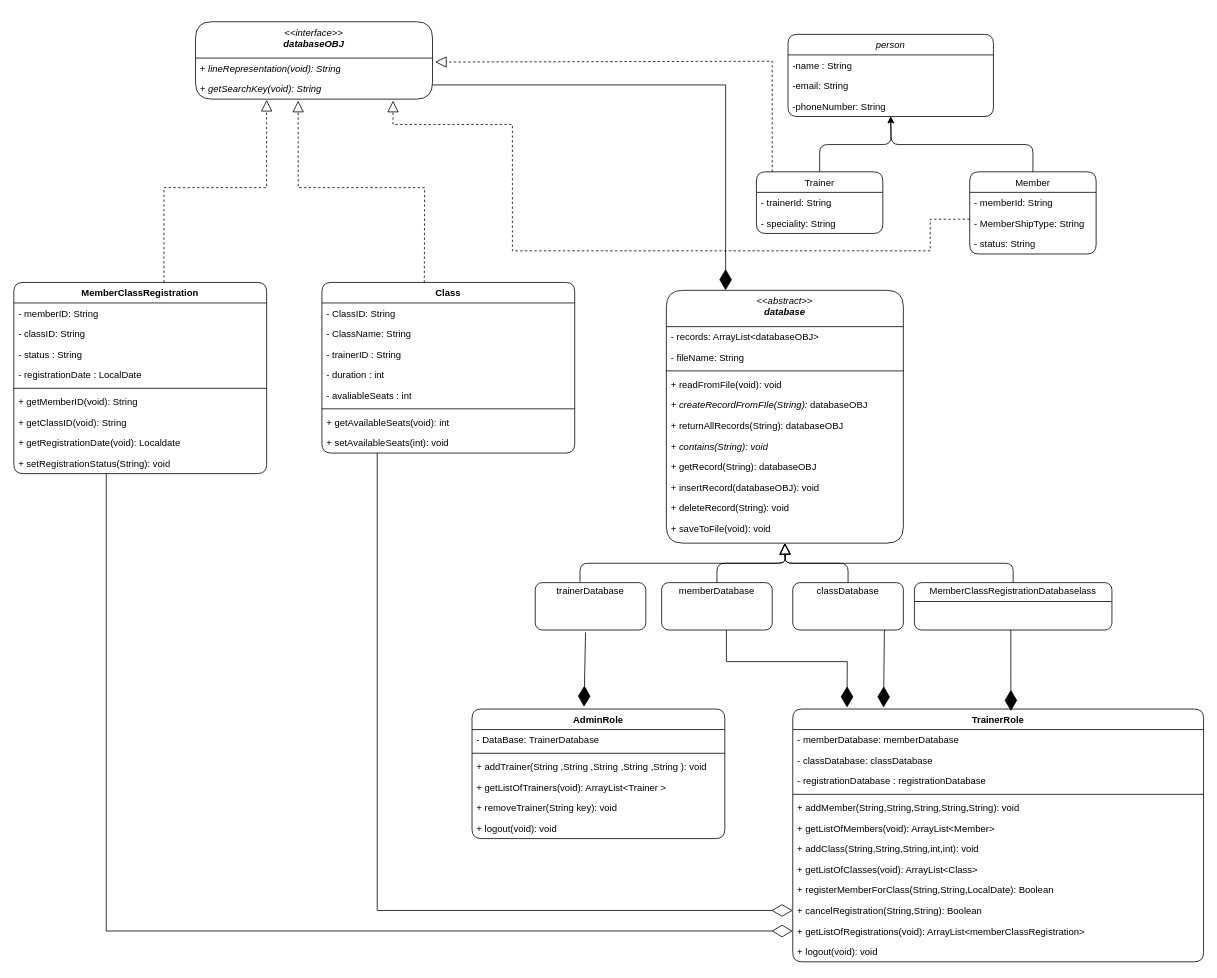
Before: i-uml.drawio in RoberRamzy/Gym-Membership-Management-System, a draw.io diagram. Source tidied: cells renumbered, new cells numbered last; positions are measured from the earlier drawing's top-left corner, leaving out a move shared by most shapes. Both pictures are drawn from the tidied source at 79%, with x=0, y=0 at pixel (13, 21).
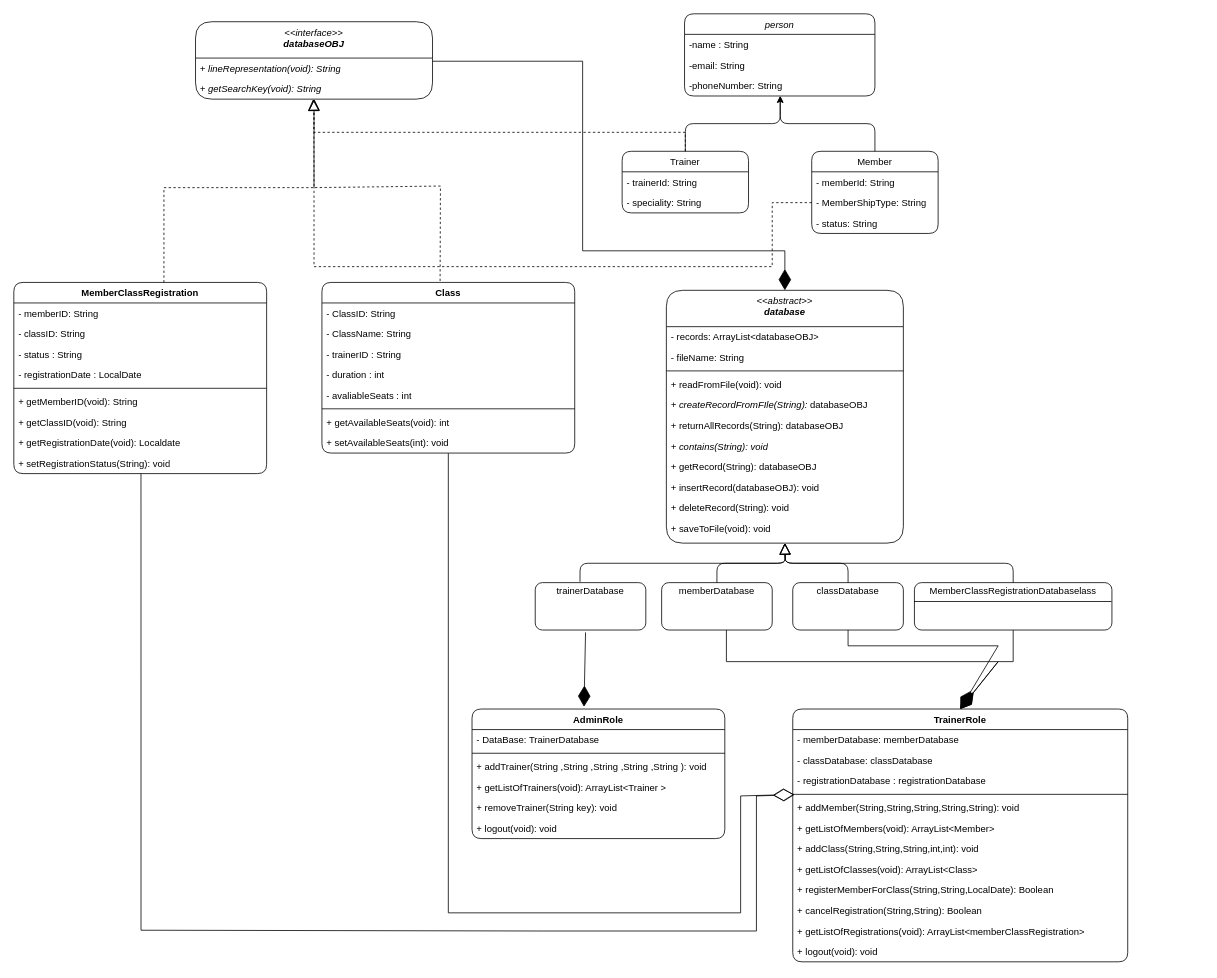
The same diagram, later.

The change refers to these unchanged cells:
```xml
<mxCell id="13" value="- Me&lt;span style=&quot;background-color: initial;&quot;&gt;mberShipType: String&lt;/span&gt;" style="text;strokeColor=none;fillColor=none;align=left;verticalAlign=top;spacingLeft=4;spacingRight=4;overflow=hidden;points=[[0,0.5],[1,0.5]];portConstraint=eastwest;whiteSpace=wrap;html=1;fontFamily=Helvetica;fontSize=12;fontColor=default;fontStyle=0;" parent="11" vertex="1">
  <mxGeometry y="52" width="160" height="26" as="geometry" />
</mxCell>
<mxCell id="15" value="&lt;div&gt;&lt;span style=&quot;font-weight: normal;&quot;&gt;&lt;i&gt;&amp;lt;&amp;lt;abstract&amp;gt;&amp;gt;&lt;/i&gt;&lt;/span&gt;&lt;/div&gt;&lt;i&gt;database&lt;/i&gt;" style="swimlane;fontStyle=1;align=center;verticalAlign=top;horizontal=1;startSize=46;whiteSpace=wrap;html=1;rounded=1;strokeColor=default;fontFamily=Helvetica;fontSize=12;fontColor=default;fillColor=none;" parent="1" vertex="1">
  <mxGeometry x="826" y="340" width="300" height="320" as="geometry" />
</mxCell>
<mxCell id="28" value="&lt;p style=&quot;margin:0px;margin-top:4px;text-align:center;&quot;&gt;classDatabase&lt;/p&gt;" style="verticalAlign=top;align=left;overflow=fill;html=1;whiteSpace=wrap;rounded=1;strokeColor=default;fontFamily=Helvetica;fontSize=12;fontColor=default;fontStyle=0;fillColor=none;" parent="1" vertex="1">
  <mxGeometry x="986" y="710" width="140" height="60" as="geometry" />
</mxCell>
<mxCell id="29" value="&lt;p style=&quot;margin:0px;margin-top:4px;text-align:center;&quot;&gt;MemberClassRegistrationDatabaselass&lt;/p&gt;&lt;hr size=&quot;1&quot; style=&quot;border-style:solid;&quot;&gt;&lt;div style=&quot;height:2px;&quot;&gt;&lt;/div&gt;" style="verticalAlign=top;align=left;overflow=fill;html=1;whiteSpace=wrap;rounded=1;strokeColor=default;fontFamily=Helvetica;fontSize=12;fontColor=default;fontStyle=0;fillColor=none;" parent="1" vertex="1">
  <mxGeometry x="1140" y="710" width="250" height="60" as="geometry" />
</mxCell>
<mxCell id="42" value="Class" style="swimlane;fontStyle=1;align=center;verticalAlign=top;horizontal=1;startSize=26;whiteSpace=wrap;html=1;rounded=1;strokeColor=default;fontFamily=Helvetica;fontSize=12;fontColor=default;fillColor=none;" parent="1" vertex="1">
  <mxGeometry x="390" y="330" width="320" height="216" as="geometry" />
</mxCell>
<mxCell id="50" value="+ setAvailableSeats(int): void" style="text;strokeColor=none;fillColor=none;align=left;verticalAlign=top;spacingLeft=4;spacingRight=4;overflow=hidden;points=[[0,0.5],[1,0.5]];portConstraint=eastwest;whiteSpace=wrap;html=1;fontFamily=Helvetica;fontSize=12;fontColor=default;fontStyle=0;" parent="42" vertex="1">
  <mxGeometry y="190" width="320" height="26" as="geometry" />
</mxCell>
<mxCell id="60" value="+&amp;nbsp;&lt;span&gt;&lt;span dir=&quot;ltr&quot; class=&quot;ui-provider jy jz ka kb kc kd ke kf kg kh ki kj kk kl km kn ko kp kq kr ks kt ku kv kw kx ky kz la lb lc ld le lf lg&quot;&gt;setRegistrationStatus(String&lt;/span&gt;&lt;/span&gt;): void" style="text;strokeColor=none;fillColor=none;align=left;verticalAlign=top;spacingLeft=4;spacingRight=4;overflow=hidden;points=[[0,0.5],[1,0.5]];portConstraint=eastwest;whiteSpace=wrap;html=1;fontFamily=Helvetica;fontSize=12;fontColor=default;fontStyle=0;" parent="51" vertex="1">
  <mxGeometry y="216" width="320" height="26" as="geometry" />
</mxCell>
<mxCell id="75" value="+ lineRepresentation(void): String" style="text;strokeColor=none;fillColor=none;align=left;verticalAlign=top;spacingLeft=4;spacingRight=4;overflow=hidden;points=[[0,0.5],[1,0.5]];portConstraint=eastwest;whiteSpace=wrap;html=1;fontFamily=Helvetica;fontSize=12;fontColor=default;fontStyle=2;" parent="74" vertex="1">
  <mxGeometry y="46" width="300" height="26" as="geometry" />
</mxCell>
<mxCell id="76" value="&lt;i&gt;+ getSearchKey(void): String&lt;/i&gt;" style="text;strokeColor=none;fillColor=none;align=left;verticalAlign=top;spacingLeft=4;spacingRight=4;overflow=hidden;points=[[0,0.5],[1,0.5]];portConstraint=eastwest;whiteSpace=wrap;html=1;" parent="74" vertex="1">
  <mxGeometry y="72" width="300" height="26" as="geometry" />
</mxCell>
```

The edit, as a diff of the source:
```diff
@@
     <mxCell id="2" value="&lt;span style=&quot;font-weight: normal;&quot;&gt;&lt;i&gt;person&lt;/i&gt;&lt;/span&gt;" style="swimlane;fontStyle=1;align=center;verticalAlign=top;horizontal=1;startSize=26;whiteSpace=wrap;html=1;rounded=1;" parent="1" vertex="1">
-      <mxGeometry x="980" y="16" width="260" height="104" as="geometry" />
+      <mxGeometry x="849" y="-10" width="241" height="104" as="geometry" />
     </mxCell>
     <mxCell id="3" value="-name : String" style="text;strokeColor=none;fillColor=none;align=left;verticalAlign=top;spacingLeft=4;spacingRight=4;overflow=hidden;whiteSpace=wrap;html=1;" parent="2" vertex="1">
-      <mxGeometry y="26" width="260" height="26" as="geometry" />
+      <mxGeometry y="26" width="241" height="26" as="geometry" />
     </mxCell>
     <mxCell id="4" value="-email: String" style="text;strokeColor=none;fillColor=none;align=left;verticalAlign=top;spacingLeft=4;spacingRight=4;overflow=hidden;whiteSpace=wrap;html=1;" parent="2" vertex="1">
-      <mxGeometry y="52" width="260" height="26" as="geometry" />
+      <mxGeometry y="52" width="241" height="26" as="geometry" />
     </mxCell>
     <mxCell id="5" value="-phoneNumber: String" style="text;strokeColor=none;fillColor=none;align=left;verticalAlign=top;spacingLeft=4;spacingRight=4;overflow=hidden;points=[[0,0.5],[1,0.5]];portConstraint=eastwest;whiteSpace=wrap;html=1;" parent="2" vertex="1">
-      <mxGeometry y="78" width="260" height="26" as="geometry" />
+      <mxGeometry y="78" width="241" height="26" as="geometry" />
     </mxCell>
-    <mxCell id="6" style="edgeStyle=orthogonalEdgeStyle;rounded=1;jettySize=auto;html=1;exitX=0.5;exitY=0;exitDx=0;exitDy=0;fontFamily=Helvetica;fontSize=12;fontColor=default;fontStyle=0;" parent="1" edge="1" source="7">
+    <mxCell id="6" style="edgeStyle=orthogonalEdgeStyle;rounded=1;jettySize=auto;html=1;exitX=0.5;exitY=0;exitDx=0;exitDy=0;fontFamily=Helvetica;fontSize=12;fontColor=default;fontStyle=0;entryX=0.503;entryY=1.004;entryDx=0;entryDy=0;entryPerimeter=0;" parent="1" edge="1" source="7" target="5">
       <mxGeometry relative="1" as="geometry">
-        <mxPoint x="1110" y="120" as="targetPoint" />
+        <Array as="points">
+          <mxPoint x="850" y="164" />
+          <mxPoint x="850" y="129" />
+          <mxPoint x="970" y="129" />
+        </Array>
       </mxGeometry>
     </mxCell>
     <mxCell id="7" value="&lt;span style=&quot;font-weight: normal;&quot;&gt;Trainer&lt;/span&gt;" style="swimlane;fontStyle=1;align=center;verticalAlign=top;horizontal=1;startSize=26;whiteSpace=wrap;html=1;rounded=1;strokeColor=default;fontFamily=Helvetica;fontSize=12;fontColor=default;fillColor=none;" parent="1" vertex="1">
-      <mxGeometry x="940" y="190" width="160" height="78" as="geometry" />
+      <mxGeometry x="770" y="164" width="160" height="78" as="geometry" />
     </mxCell>
@@
     <mxCell id="10" style="edgeStyle=orthogonalEdgeStyle;rounded=1;jettySize=auto;html=1;exitX=0.5;exitY=0;exitDx=0;exitDy=0;fontFamily=Helvetica;fontSize=12;fontColor=default;fontStyle=0;" parent="1" edge="1" source="11">
       <mxGeometry relative="1" as="geometry">
-        <mxPoint x="1110" y="120" as="targetPoint" />
+        <mxPoint x="970" y="94" as="targetPoint" />
+        <Array as="points">
+          <mxPoint x="1090" y="164" />
+          <mxPoint x="1090" y="129" />
+          <mxPoint x="970" y="129" />
+        </Array>
       </mxGeometry>
     </mxCell>
     <mxCell id="11" value="&lt;span style=&quot;font-weight: normal;&quot;&gt;Member&lt;/span&gt;" style="swimlane;fontStyle=1;align=center;verticalAlign=top;horizontal=1;startSize=26;whiteSpace=wrap;html=1;rounded=1;strokeColor=default;fontFamily=Helvetica;fontSize=12;fontColor=default;fillColor=none;" parent="1" vertex="1">
-      <mxGeometry x="1210" y="190" width="160" height="104" as="geometry" />
+      <mxGeometry x="1010" y="164" width="160" height="104" as="geometry" />
     </mxCell>
@@
     <mxCell id="61" value="TrainerRole" style="swimlane;fontStyle=1;align=center;verticalAlign=top;horizontal=1;startSize=26;whiteSpace=wrap;html=1;rounded=1;strokeColor=default;fontFamily=Helvetica;fontSize=12;fontColor=default;fillColor=none;" parent="1" vertex="1">
-      <mxGeometry x="986" y="870" width="520" height="320" as="geometry" />
+      <mxGeometry x="986" y="870" width="424" height="320" as="geometry" />
     </mxCell>
     <mxCell id="62" value="- memberDatabase: memberDatabase" style="text;strokeColor=none;fillColor=none;align=left;verticalAlign=top;spacingLeft=4;spacingRight=4;overflow=hidden;whiteSpace=wrap;html=1;fontFamily=Helvetica;fontSize=12;fontColor=default;fontStyle=0;" parent="61" vertex="1">
-      <mxGeometry y="26" width="520" height="26" as="geometry" />
+      <mxGeometry y="26" width="424" height="26" as="geometry" />
     </mxCell>
     <mxCell id="63" value="- classDatabase: classDatabase" style="text;strokeColor=none;fillColor=none;align=left;verticalAlign=top;spacingLeft=4;spacingRight=4;overflow=hidden;whiteSpace=wrap;html=1;fontFamily=Helvetica;fontSize=12;fontColor=default;fontStyle=0;" parent="61" vertex="1">
-      <mxGeometry y="52" width="520" height="26" as="geometry" />
+      <mxGeometry y="52" width="424" height="26" as="geometry" />
     </mxCell>
     <mxCell id="64" value="-&amp;nbsp;registrationDatabase&amp;nbsp;: registrationDatabase" style="text;strokeColor=none;fillColor=none;align=left;verticalAlign=top;spacingLeft=4;spacingRight=4;overflow=hidden;whiteSpace=wrap;html=1;fontFamily=Helvetica;fontSize=12;fontColor=default;fontStyle=0;" parent="61" vertex="1">
-      <mxGeometry y="78" width="520" height="26" as="geometry" />
+      <mxGeometry y="78" width="424" height="26" as="geometry" />
     </mxCell>
     <mxCell id="65" style="line;strokeWidth=1;fillColor=none;align=left;verticalAlign=middle;spacingTop=-1;spacingLeft=3;spacingRight=3;labelPosition=right;points=[];portConstraint=eastwest;strokeColor=inherit;rounded=1;fontFamily=Helvetica;fontSize=12;fontColor=default;fontStyle=0;" parent="61" vertex="1">
-      <mxGeometry y="104" width="520" height="8" as="geometry" />
+      <mxGeometry y="104" width="424" height="8" as="geometry" />
     </mxCell>
     <mxCell id="66" value="+ addMember(String,String,String,String,String): void" style="text;strokeColor=none;fillColor=none;align=left;verticalAlign=top;spacingLeft=4;spacingRight=4;overflow=hidden;whiteSpace=wrap;html=1;fontFamily=Helvetica;fontSize=12;fontColor=default;fontStyle=0;" parent="61" vertex="1">
-      <mxGeometry y="112" width="520" height="26" as="geometry" />
+      <mxGeometry y="112" width="424" height="26" as="geometry" />
     </mxCell>
     <mxCell id="67" value="+ getListOfMembers(void): ArrayList&amp;lt;Member&amp;gt;" style="text;strokeColor=none;fillColor=none;align=left;verticalAlign=top;spacingLeft=4;spacingRight=4;overflow=hidden;whiteSpace=wrap;html=1;fontFamily=Helvetica;fontSize=12;fontColor=default;fontStyle=0;" parent="61" vertex="1">
-      <mxGeometry y="138" width="520" height="26" as="geometry" />
+      <mxGeometry y="138" width="424" height="26" as="geometry" />
     </mxCell>
     <mxCell id="68" value="+ addClass(String,String,String,int,int): void" style="text;strokeColor=none;fillColor=none;align=left;verticalAlign=top;spacingLeft=4;spacingRight=4;overflow=hidden;whiteSpace=wrap;html=1;fontFamily=Helvetica;fontSize=12;fontColor=default;fontStyle=0;" parent="61" vertex="1">
-      <mxGeometry y="164" width="520" height="26" as="geometry" />
+      <mxGeometry y="164" width="424" height="26" as="geometry" />
     </mxCell>
     <mxCell id="69" value="+ getListOfClasses(void): ArrayList&amp;lt;Class&amp;gt;" style="text;strokeColor=none;fillColor=none;align=left;verticalAlign=top;spacingLeft=4;spacingRight=4;overflow=hidden;whiteSpace=wrap;html=1;fontFamily=Helvetica;fontSize=12;fontColor=default;fontStyle=0;" parent="61" vertex="1">
-      <mxGeometry y="190" width="520" height="26" as="geometry" />
+      <mxGeometry y="190" width="424" height="26" as="geometry" />
     </mxCell>
     <mxCell id="70" value="+ registerMemberForClass(String,String,LocalDate): Boolean" style="text;strokeColor=none;fillColor=none;align=left;verticalAlign=top;spacingLeft=4;spacingRight=4;overflow=hidden;whiteSpace=wrap;html=1;fontFamily=Helvetica;fontSize=12;fontColor=default;fontStyle=0;" parent="61" vertex="1">
-      <mxGeometry y="216" width="520" height="26" as="geometry" />
+      <mxGeometry y="216" width="424" height="26" as="geometry" />
     </mxCell>
     <mxCell id="71" value="+ cancelRegistration(String,String): Boolean" style="text;strokeColor=none;fillColor=none;align=left;verticalAlign=top;spacingLeft=4;spacingRight=4;overflow=hidden;points=[[0,0.5],[1,0.5]];portConstraint=eastwest;whiteSpace=wrap;html=1;fontFamily=Helvetica;fontSize=12;fontColor=default;fontStyle=0;" parent="61" vertex="1">
-      <mxGeometry y="242" width="520" height="26" as="geometry" />
+      <mxGeometry y="242" width="424" height="26" as="geometry" />
     </mxCell>
     <mxCell id="72" value="+ getListOfRegistrations(void): ArrayList&amp;lt;memberClassRegistration&amp;gt;" style="text;strokeColor=none;fillColor=none;align=left;verticalAlign=top;spacingLeft=4;spacingRight=4;overflow=hidden;points=[[0,0.5],[1,0.5]];portConstraint=eastwest;whiteSpace=wrap;html=1;fontFamily=Helvetica;fontSize=12;fontColor=default;fontStyle=0;" parent="61" vertex="1">
-      <mxGeometry y="268" width="520" height="26" as="geometry" />
+      <mxGeometry y="268" width="424" height="26" as="geometry" />
     </mxCell>
     <mxCell id="73" value="+ logout(void): void" style="text;strokeColor=none;fillColor=none;align=left;verticalAlign=top;spacingLeft=4;spacingRight=4;overflow=hidden;whiteSpace=wrap;html=1;fontFamily=Helvetica;fontSize=12;fontColor=default;fontStyle=0;" parent="61" vertex="1">
-      <mxGeometry y="294" width="520" height="26" as="geometry" />
+      <mxGeometry y="294" width="424" height="26" as="geometry" />
     </mxCell>
@@
-    <mxCell id="77" style="endArrow=block;dashed=1;endFill=0;endSize=12;html=1;rounded=0;entryX=1.011;entryY=0.194;entryDx=0;entryDy=0;entryPerimeter=0;exitX=0.125;exitY=0;exitDx=0;exitDy=0;exitPerimeter=0;" parent="1" edge="1" source="7" target="75">
+    <mxCell id="77" style="endArrow=block;dashed=1;endFill=0;endSize=12;html=1;rounded=0;exitX=0.5;exitY=0;exitDx=0;exitDy=0;entryX=0.501;entryY=1;entryDx=0;entryDy=0;entryPerimeter=0;" parent="1" edge="1" source="7" target="76">
       <mxGeometry relative="1" as="geometry">
         <Array as="points">
-          <mxPoint x="960" y="50" />
+          <mxPoint x="850" y="140" />
+          <mxPoint x="380" y="140" />
         </Array>
       </mxGeometry>
     </mxCell>
-    <mxCell id="78" style="endArrow=block;dashed=1;endFill=0;endSize=12;html=1;rounded=0;exitX=0;exitY=0.308;exitDx=0;exitDy=0;exitPerimeter=0;" parent="1" edge="1" source="13">
+    <mxCell id="78" style="endArrow=block;dashed=1;endFill=0;endSize=12;html=1;rounded=0;entryX=0.5;entryY=1.003;entryDx=0;entryDy=0;entryPerimeter=0;exitX=0;exitY=0.5;exitDx=0;exitDy=0;" parent="1" edge="1" source="13" target="76">
       <mxGeometry relative="1" as="geometry">
-        <mxPoint x="480" y="100" as="targetPoint" />
         <Array as="points">
-          <mxPoint x="1160" y="250" />
-          <mxPoint x="1160" y="290" />
-          <mxPoint x="631.1" y="290" />
-          <mxPoint x="631.1" y="190" />
-          <mxPoint x="631.1" y="130" />
-          <mxPoint x="480" y="130" />
+          <mxPoint x="960" y="229" />
+          <mxPoint x="960" y="310" />
+          <mxPoint x="380" y="310" />
+          <mxPoint x="380" y="140" />
         </Array>
       </mxGeometry>
     </mxCell>
-    <mxCell id="79" style="endArrow=block;dashed=1;endFill=0;endSize=12;html=1;rounded=0;entryX=0.433;entryY=1.077;entryDx=0;entryDy=0;entryPerimeter=0;exitX=0.405;exitY=0.001;exitDx=0;exitDy=0;exitPerimeter=0;" parent="1" edge="1" source="42" target="76">
+    <mxCell id="79" style="endArrow=block;dashed=1;endFill=0;endSize=12;html=1;rounded=0;exitX=0.405;exitY=0.001;exitDx=0;exitDy=0;exitPerimeter=0;entryX=0.496;entryY=1.002;entryDx=0;entryDy=0;entryPerimeter=0;" parent="1" edge="1" target="76">
       <mxGeometry relative="1" as="geometry">
+        <mxPoint x="539.6" y="328.2" as="sourcePoint" />
         <Array as="points">
-          <mxPoint x="520" y="210" />
-          <mxPoint x="360" y="210" />
+          <mxPoint x="540" y="208" />
+          <mxPoint x="380" y="210" />
+          <mxPoint x="380" y="120" />
         </Array>
       </mxGeometry>
     </mxCell>
-    <mxCell id="80" style="endArrow=block;dashed=1;endFill=0;endSize=12;html=1;rounded=0;exitX=0.405;exitY=0.001;exitDx=0;exitDy=0;exitPerimeter=0;" parent="1" edge="1">
+    <mxCell id="80" style="endArrow=block;dashed=1;endFill=0;endSize=12;html=1;rounded=0;exitX=0.405;exitY=0.001;exitDx=0;exitDy=0;exitPerimeter=0;entryX=0.499;entryY=1.018;entryDx=0;entryDy=0;entryPerimeter=0;" parent="1" edge="1" target="76">
       <mxGeometry relative="1" as="geometry">
         <mxPoint x="190" y="330" as="sourcePoint" />
-        <mxPoint x="320" y="99" as="targetPoint" />
         <Array as="points">
           <mxPoint x="190" y="210" />
-          <mxPoint x="320" y="210" />
+          <mxPoint x="380" y="210" />
         </Array>
       </mxGeometry>
     </mxCell>
@@
-    <mxCell id="82" style="endArrow=diamondThin;endFill=1;endSize=24;html=1;rounded=0;entryX=0.132;entryY=-0.006;entryDx=0;entryDy=0;entryPerimeter=0;exitX=0.455;exitY=1.05;exitDx=0;exitDy=0;exitPerimeter=0;" parent="1" edge="1" target="61">
+    <mxCell id="82" style="endArrow=diamondThin;endFill=1;endSize=24;html=1;rounded=0;entryX=0.5;entryY=0;entryDx=0;entryDy=0;exitX=0.455;exitY=1.05;exitDx=0;exitDy=0;exitPerimeter=0;" parent="1" edge="1" target="61">
       <mxGeometry relative="1" as="geometry">
         <mxPoint x="902" y="770" as="sourcePoint" />
         <Array as="points">
           <mxPoint x="902" y="810" />
-          <mxPoint x="1055" y="810" />
+          <mxPoint x="1246" y="810" />
         </Array>
       </mxGeometry>
     </mxCell>
-    <mxCell id="83" style="endArrow=diamondThin;endFill=1;endSize=24;html=1;rounded=0;entryX=0.221;entryY=-0.006;entryDx=0;entryDy=0;entryPerimeter=0;exitX=0.455;exitY=1.05;exitDx=0;exitDy=0;exitPerimeter=0;" parent="1" edge="1" target="61">
+    <mxCell id="83" style="endArrow=diamondThin;endFill=1;endSize=24;html=1;rounded=0;entryX=0.5;entryY=0;entryDx=0;entryDy=0;exitX=0.5;exitY=1;exitDx=0;exitDy=0;" parent="1" edge="1" source="28" target="61">
       <mxGeometry relative="1" as="geometry">
-        <mxPoint x="1102" y="770" as="sourcePoint" />
+        <Array as="points">
+          <mxPoint x="1056" y="790" />
+          <mxPoint x="1246" y="790" />
+        </Array>
       </mxGeometry>
     </mxCell>
-    <mxCell id="84" style="endArrow=diamondThin;endFill=1;endSize=24;html=1;rounded=0;entryX=0.531;entryY=0.008;entryDx=0;entryDy=0;entryPerimeter=0;exitX=0.455;exitY=1.05;exitDx=0;exitDy=0;exitPerimeter=0;" parent="1" edge="1" target="61">
+    <mxCell id="84" style="endArrow=diamondThin;endFill=1;endSize=24;html=1;rounded=0;entryX=0.5;entryY=0;entryDx=0;entryDy=0;exitX=0.5;exitY=1;exitDx=0;exitDy=0;" parent="1" edge="1" source="29" target="61">
       <mxGeometry relative="1" as="geometry">
-        <mxPoint x="1262" y="770" as="sourcePoint" />
+        <Array as="points">
+          <mxPoint x="1265" y="810" />
+          <mxPoint x="1246" y="810" />
+        </Array>
       </mxGeometry>
     </mxCell>
-    <mxCell id="85" style="endArrow=diamondThin;endFill=1;endSize=24;html=1;rounded=0;exitX=1;exitY=0.5;exitDx=0;exitDy=0;" parent="1" edge="1">
+    <mxCell id="85" style="endArrow=diamondThin;endFill=1;endSize=24;html=1;rounded=0;exitX=1;exitY=0.5;exitDx=0;exitDy=0;entryX=0.5;entryY=0;entryDx=0;entryDy=0;" parent="1" edge="1" target="15">
       <mxGeometry relative="1" as="geometry">
-        <mxPoint x="530" y="80" as="sourcePoint" />
-        <mxPoint x="901" y="340" as="targetPoint" />
+        <mxPoint x="530" y="50" as="sourcePoint" />
         <Array as="points">
-          <mxPoint x="901" y="80" />
-          <mxPoint x="901" y="271" />
+          <mxPoint x="720" y="50" />
+          <mxPoint x="720" y="290" />
+          <mxPoint x="976" y="290" />
         </Array>
       </mxGeometry>
     </mxCell>
-    <mxCell id="86" style="endArrow=diamondThin;endFill=0;endSize=24;html=1;rounded=0;entryX=0;entryY=0.5;entryDx=0;entryDy=0;" parent="1" edge="1" target="71">
+    <mxCell id="86" style="endArrow=diamondThin;endFill=0;endSize=24;html=1;rounded=0;entryX=0.004;entryY=0.524;entryDx=0;entryDy=0;entryPerimeter=0;exitX=0.5;exitY=1.012;exitDx=0;exitDy=0;exitPerimeter=0;" parent="1" edge="1" source="50" target="65">
       <mxGeometry relative="1" as="geometry">
-        <mxPoint x="460" y="546" as="sourcePoint" />
         <Array as="points">
-          <mxPoint x="460" y="1125" />
+          <mxPoint x="550" y="1128" />
+          <mxPoint x="920" y="1128" />
+          <mxPoint x="920" y="980" />
         </Array>
       </mxGeometry>
     </mxCell>
-    <mxCell id="87" style="endArrow=diamondThin;endFill=0;endSize=24;html=1;rounded=0;entryX=0;entryY=0.5;entryDx=0;entryDy=0;" parent="1" edge="1" target="72">
+    <mxCell id="87" style="endArrow=diamondThin;endFill=0;endSize=24;html=1;rounded=0;entryX=0.005;entryY=0.571;entryDx=0;entryDy=0;entryPerimeter=0;exitX=0.503;exitY=1;exitDx=0;exitDy=0;exitPerimeter=0;" parent="1" edge="1" source="60" target="65">
       <mxGeometry relative="1" as="geometry">
-        <mxPoint x="117" y="572" as="sourcePoint" />
         <Array as="points">
-          <mxPoint x="117" y="1151" />
+          <mxPoint x="161" y="1150" />
+          <mxPoint x="670" y="1151" />
+          <mxPoint x="940" y="1151" />
+          <mxPoint x="940" y="980" />
         </Array>
       </mxGeometry>
     </mxCell>
```
